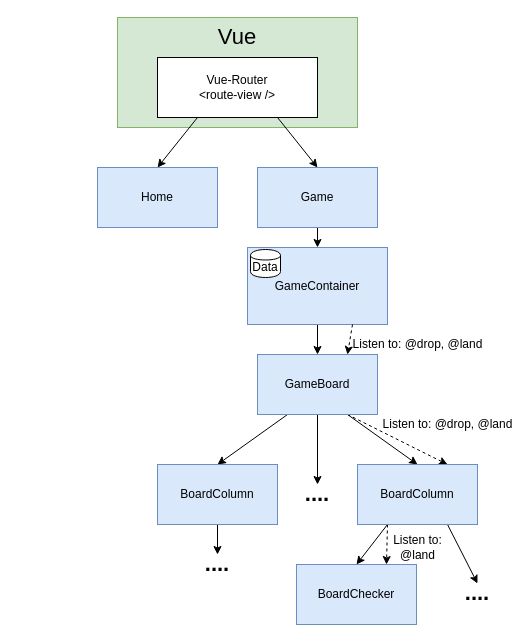
Above: doc/ressources/frontend-design_overview.drawio in fschirinzi/HYU-SE-Frontend (draw.io), before the change. Source tidied: cells renumbered, new cells numbered last; positions are measured from the earlier drawing's top-left corner, leaving out a move shared by most shapes. Both pictures are drawn from the tidied source at 100%, with x=0, y=0 at pixel (97, 17).
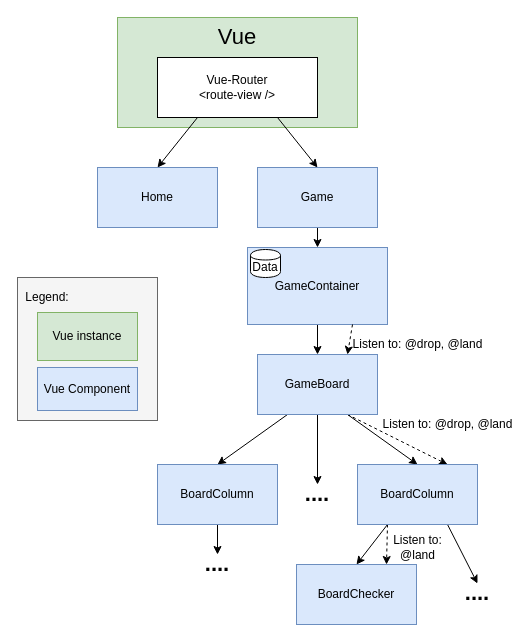
After the change.

Diff of the diagram source:
```diff
@@
+    <mxCell id="29" style="rounded=0;whiteSpace=wrap;html=1;fillColor=#f5f5f5;strokeColor=#666666;fontColor=#333333;" parent="1" vertex="1">
+      <mxGeometry x="-80" y="260" width="140" height="143" as="geometry" />
+    </mxCell>
+    <mxCell id="30" value="Legend:" style="text;html=1;strokeColor=none;fillColor=none;align=center;verticalAlign=middle;whiteSpace=wrap;rounded=0;" parent="1" vertex="1">
+      <mxGeometry x="-70" y="270" width="40" height="20" as="geometry" />
+    </mxCell>
+    <mxCell id="31" value="Vue instance" style="rounded=0;whiteSpace=wrap;html=1;fillColor=#d5e8d4;strokeColor=#82b366;" parent="1" vertex="1">
+      <mxGeometry x="-60" y="295" width="100" height="48" as="geometry" />
+    </mxCell>
+    <mxCell id="32" value="Vue Component" style="rounded=0;whiteSpace=wrap;html=1;fillColor=#dae8fc;strokeColor=#6c8ebf;" parent="1" vertex="1">
+      <mxGeometry x="-60" y="350" width="100" height="43" as="geometry" />
+    </mxCell>
```
